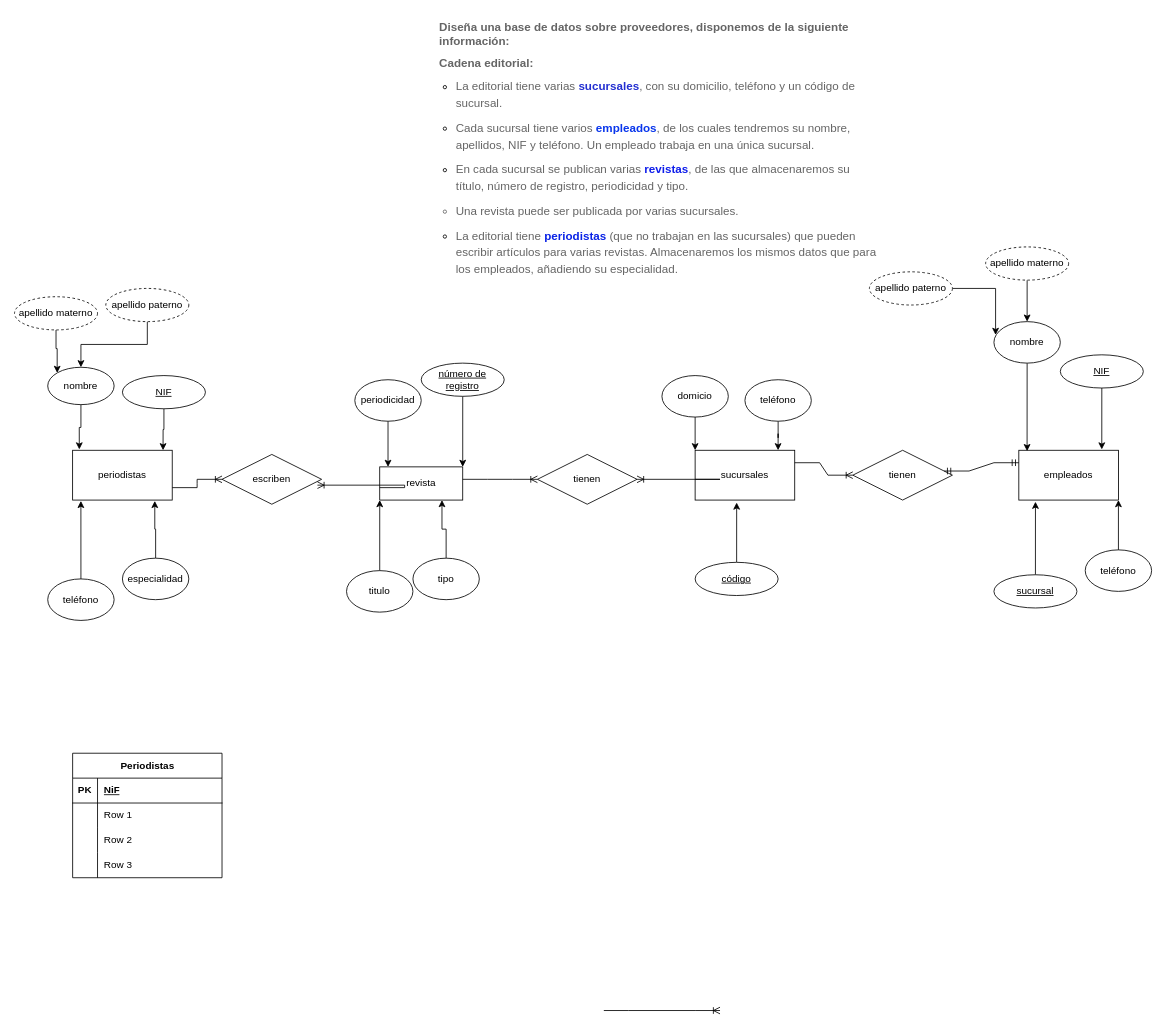
The draw.io diagram Diagrama sin título.drawio in SandraGael/prueba, before the edit. Source tidied: cells renumbered, new cells numbered last; positions are measured from the earlier drawing's top-left corner, leaving out a move shared by most shapes. Both pictures are drawn from the tidied source at 83%, with x=0, y=0 at pixel (14, 14).
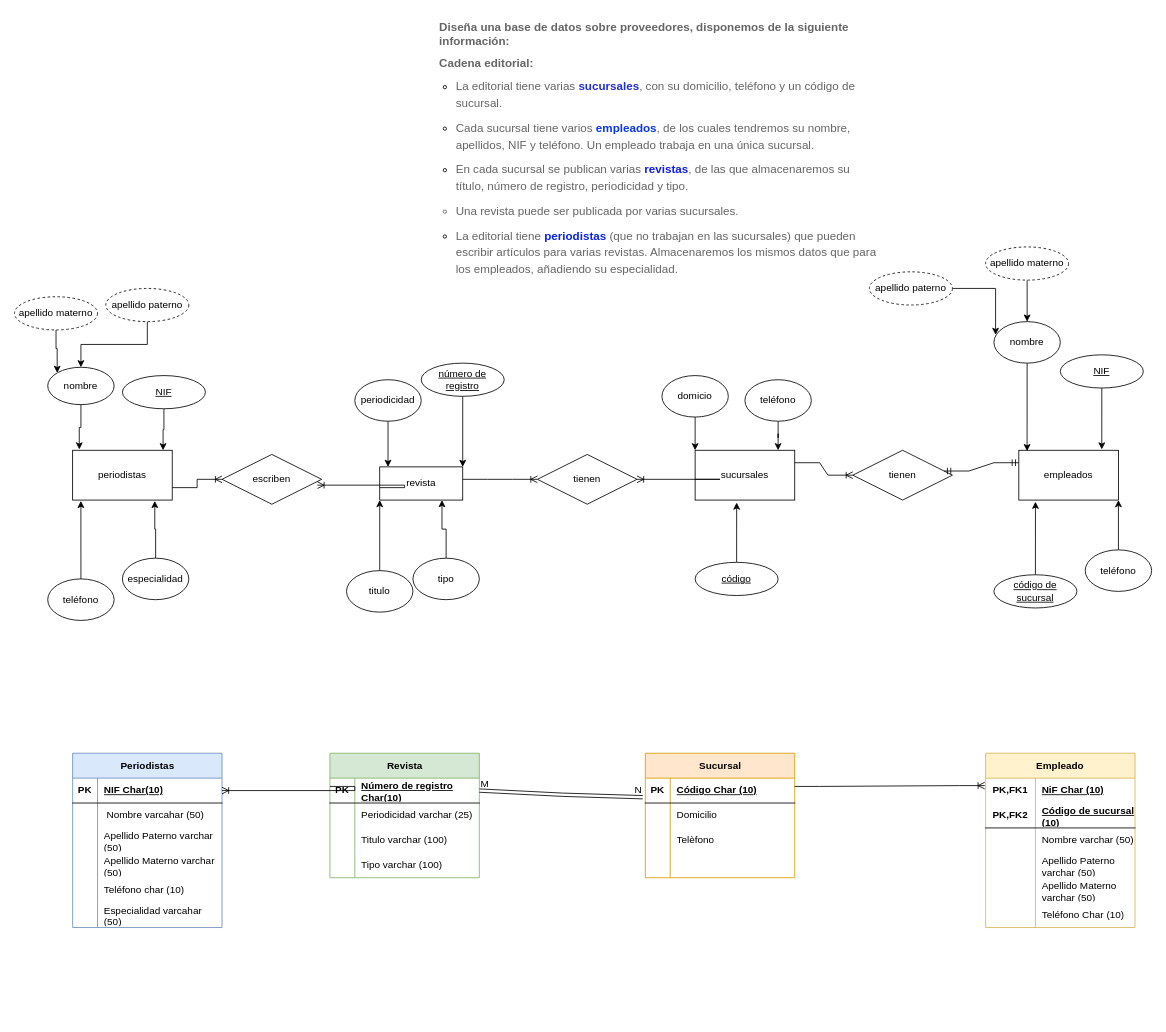
The same diagram, later.

The change refers to these unchanged cells:
```xml
<mxCell id="56" style="shape=tableRow;horizontal=0;startSize=0;swimlaneHead=0;swimlaneBody=0;fillColor=none;points=[[0,0.5],[1,0.5]];portConstraint=eastwest;top=0;left=0;right=0;bottom=1;" parent="55" vertex="1">
  <mxGeometry y="30" width="180" height="30" as="geometry" />
</mxCell>
<mxCell id="59" style="shape=tableRow;horizontal=0;startSize=0;swimlaneHead=0;swimlaneBody=0;fillColor=none;top=0;left=0;right=0;bottom=0;" parent="55" vertex="1">
  <mxGeometry y="60" width="180" height="30" as="geometry" />
</mxCell>
<mxCell id="62" style="shape=tableRow;horizontal=0;startSize=0;swimlaneHead=0;swimlaneBody=0;fillColor=none;top=0;left=0;right=0;bottom=0;" parent="55" vertex="1">
  <mxGeometry y="90" width="180" height="30" as="geometry" />
</mxCell>
<mxCell id="65" style="shape=tableRow;horizontal=0;startSize=0;swimlaneHead=0;swimlaneBody=0;fillColor=none;top=0;left=0;right=0;bottom=0;" parent="55" vertex="1">
  <mxGeometry y="120" width="180" height="30" as="geometry" />
</mxCell>
```

The edit, as a diff of the source:
```diff
@@
-    <mxCell id="34" value="sucursal" style="ellipse;whiteSpace=wrap;html=1;align=center;fontStyle=4;" parent="1" vertex="1">
+    <mxCell id="34" value="código de sucursal" style="ellipse;whiteSpace=wrap;html=1;align=center;fontStyle=4;" parent="1" vertex="1">
       <mxGeometry x="1180" y="675" width="100" height="40" as="geometry" />
     </mxCell>
@@
-    <mxCell id="44" style="edgeStyle=entityRelationEdgeStyle;fontSize=12;html=1;endArrow=ERoneToMany;rounded=0;" parent="1" edge="1">
-      <mxGeometry relative="1" as="geometry">
-        <mxPoint x="710" y="1200" as="sourcePoint" />
-        <mxPoint x="850" y="1200" as="targetPoint" />
-      </mxGeometry>
-    </mxCell>
@@
-    <mxCell id="55" value="Periodistas" style="shape=table;startSize=30;childLayout=tableLayout;rowLines=0;fontStyle=1;align=center;html=1;" parent="1" vertex="1">
-      <mxGeometry x="70" y="890" width="180" height="150" as="geometry" />
+    <mxCell id="55" value="Periodistas" style="shape=table;startSize=30;childLayout=tableLayout;rowLines=0;fontStyle=1;align=center;html=1;fillColor=#dae8fc;strokeColor=#6c8ebf;" parent="1" vertex="1">
+      <mxGeometry x="70" y="890" width="180" height="210" as="geometry" />
     </mxCell>
@@
-    <mxCell id="58" value="NiF" style="shape=partialRectangle;fillColor=none;top=0;left=0;bottom=0;right=0;align=left;spacingLeft=6;fontStyle=5;overflow=hidden;whiteSpace=wrap;html=1;" parent="56" vertex="1">
+    <mxCell id="58" value="NIF Char(10)" style="shape=partialRectangle;fillColor=none;top=0;left=0;bottom=0;right=0;align=left;spacingLeft=6;fontStyle=5;overflow=hidden;whiteSpace=wrap;html=1;" parent="56" vertex="1">
       <mxGeometry x="30" width="150" height="30" as="geometry" />
     </mxCell>
@@
-    <mxCell id="61" value="Row 1" style="shape=partialRectangle;fillColor=none;top=0;left=0;bottom=0;right=0;align=left;spacingLeft=6;overflow=hidden;whiteSpace=wrap;html=1;" parent="59" vertex="1">
+    <mxCell id="61" value="&amp;nbsp;Nombre varcahar (50)" style="shape=partialRectangle;fillColor=none;top=0;left=0;bottom=0;right=0;align=left;spacingLeft=6;overflow=hidden;whiteSpace=wrap;html=1;" parent="59" vertex="1">
       <mxGeometry x="30" width="150" height="30" as="geometry" />
     </mxCell>
@@
-    <mxCell id="64" value="Row 2" style="shape=partialRectangle;fillColor=none;top=0;left=0;bottom=0;right=0;align=left;spacingLeft=6;overflow=hidden;whiteSpace=wrap;html=1;" parent="62" vertex="1">
+    <mxCell id="64" value="Apellido Paterno varchar (50)" style="shape=partialRectangle;fillColor=none;top=0;left=0;bottom=0;right=0;align=left;spacingLeft=6;overflow=hidden;whiteSpace=wrap;html=1;" parent="62" vertex="1">
       <mxGeometry x="30" width="150" height="30" as="geometry" />
     </mxCell>
@@
-    <mxCell id="67" value="Row 3" style="shape=partialRectangle;fillColor=none;top=0;left=0;bottom=0;right=0;align=left;spacingLeft=6;overflow=hidden;whiteSpace=wrap;html=1;" parent="65" vertex="1">
+    <mxCell id="67" value="Apellido Materno varchar (50)" style="shape=partialRectangle;fillColor=none;top=0;left=0;bottom=0;right=0;align=left;spacingLeft=6;overflow=hidden;whiteSpace=wrap;html=1;" parent="65" vertex="1">
       <mxGeometry x="30" width="150" height="30" as="geometry" />
     </mxCell>
+    <mxCell id="68" style="shape=tableRow;horizontal=0;startSize=0;swimlaneHead=0;swimlaneBody=0;fillColor=none;top=0;left=0;right=0;bottom=0;" parent="55" vertex="1">
+      <mxGeometry y="150" width="180" height="30" as="geometry" />
+    </mxCell>
+    <mxCell id="69" style="shape=partialRectangle;fillColor=none;top=0;left=0;bottom=0;right=0;overflow=hidden;whiteSpace=wrap;html=1;" parent="68" vertex="1">
+      <mxGeometry width="30" height="30" as="geometry" />
+    </mxCell>
+    <mxCell id="70" value="Teléfono char (10)" style="shape=partialRectangle;fillColor=none;top=0;left=0;bottom=0;right=0;align=left;spacingLeft=6;overflow=hidden;whiteSpace=wrap;html=1;" parent="68" vertex="1">
+      <mxGeometry x="30" width="150" height="30" as="geometry" />
+    </mxCell>
+    <mxCell id="71" style="shape=tableRow;horizontal=0;startSize=0;swimlaneHead=0;swimlaneBody=0;fillColor=none;top=0;left=0;right=0;bottom=0;" parent="55" vertex="1">
+      <mxGeometry y="180" width="180" height="30" as="geometry" />
+    </mxCell>
+    <mxCell id="72" style="shape=partialRectangle;fillColor=none;top=0;left=0;bottom=0;right=0;overflow=hidden;whiteSpace=wrap;html=1;" parent="71" vertex="1">
+      <mxGeometry width="30" height="30" as="geometry" />
+    </mxCell>
+    <mxCell id="73" value="Especialidad varcahar (50)" style="shape=partialRectangle;fillColor=none;top=0;left=0;bottom=0;right=0;align=left;spacingLeft=6;overflow=hidden;whiteSpace=wrap;html=1;" parent="71" vertex="1">
+      <mxGeometry x="30" width="150" height="30" as="geometry" />
+    </mxCell>
+    <mxCell id="74" value="Revista" style="shape=table;startSize=30;childLayout=tableLayout;rowLines=0;fontStyle=1;align=center;html=1;fillColor=#d5e8d4;strokeColor=#82b366;" parent="1" vertex="1">
+      <mxGeometry x="380" y="890" width="180" height="150" as="geometry" />
+    </mxCell>
+    <mxCell id="75" style="shape=tableRow;horizontal=0;startSize=0;swimlaneHead=0;swimlaneBody=0;fillColor=none;points=[[0,0.5],[1,0.5]];portConstraint=eastwest;top=0;left=0;right=0;bottom=1;" parent="74" vertex="1">
+      <mxGeometry y="30" width="180" height="30" as="geometry" />
+    </mxCell>
+    <mxCell id="76" value="PK" style="shape=partialRectangle;fillColor=none;top=0;left=0;bottom=0;right=0;fontStyle=1;overflow=hidden;whiteSpace=wrap;html=1;" parent="75" vertex="1">
+      <mxGeometry width="30" height="30" as="geometry" />
+    </mxCell>
+    <mxCell id="77" value="Número de registro Char(10)" style="shape=partialRectangle;fillColor=none;top=0;left=0;bottom=0;right=0;align=left;spacingLeft=6;fontStyle=5;overflow=hidden;whiteSpace=wrap;html=1;" parent="75" vertex="1">
+      <mxGeometry x="30" width="150" height="30" as="geometry" />
+    </mxCell>
+    <mxCell id="78" style="shape=tableRow;horizontal=0;startSize=0;swimlaneHead=0;swimlaneBody=0;fillColor=none;top=0;left=0;right=0;bottom=0;" parent="74" vertex="1">
+      <mxGeometry y="60" width="180" height="30" as="geometry" />
+    </mxCell>
+    <mxCell id="79" style="shape=partialRectangle;fillColor=none;top=0;left=0;bottom=0;right=0;overflow=hidden;whiteSpace=wrap;html=1;" parent="78" vertex="1">
+      <mxGeometry width="30" height="30" as="geometry" />
+    </mxCell>
+    <mxCell id="80" value="Periodicidad varchar (25)" style="shape=partialRectangle;fillColor=none;top=0;left=0;bottom=0;right=0;align=left;spacingLeft=6;overflow=hidden;whiteSpace=wrap;html=1;" parent="78" vertex="1">
+      <mxGeometry x="30" width="150" height="30" as="geometry" />
+    </mxCell>
+    <mxCell id="81" style="shape=tableRow;horizontal=0;startSize=0;swimlaneHead=0;swimlaneBody=0;fillColor=none;top=0;left=0;right=0;bottom=0;" parent="74" vertex="1">
+      <mxGeometry y="90" width="180" height="30" as="geometry" />
+    </mxCell>
+    <mxCell id="82" style="shape=partialRectangle;fillColor=none;top=0;left=0;bottom=0;right=0;overflow=hidden;whiteSpace=wrap;html=1;" parent="81" vertex="1">
+      <mxGeometry width="30" height="30" as="geometry" />
+    </mxCell>
+    <mxCell id="83" value="Titulo varchar (100)" style="shape=partialRectangle;fillColor=none;top=0;left=0;bottom=0;right=0;align=left;spacingLeft=6;overflow=hidden;whiteSpace=wrap;html=1;" parent="81" vertex="1">
+      <mxGeometry x="30" width="150" height="30" as="geometry" />
+    </mxCell>
+    <mxCell id="84" style="shape=tableRow;horizontal=0;startSize=0;swimlaneHead=0;swimlaneBody=0;fillColor=none;top=0;left=0;right=0;bottom=0;" parent="74" vertex="1">
+      <mxGeometry y="120" width="180" height="30" as="geometry" />
+    </mxCell>
+    <mxCell id="85" style="shape=partialRectangle;fillColor=none;top=0;left=0;bottom=0;right=0;overflow=hidden;whiteSpace=wrap;html=1;" parent="84" vertex="1">
+      <mxGeometry width="30" height="30" as="geometry" />
+    </mxCell>
+    <mxCell id="86" value="Tipo varchar (100)" style="shape=partialRectangle;fillColor=none;top=0;left=0;bottom=0;right=0;align=left;spacingLeft=6;overflow=hidden;whiteSpace=wrap;html=1;" parent="84" vertex="1">
+      <mxGeometry x="30" width="150" height="30" as="geometry" />
+    </mxCell>
+    <mxCell id="87" value="Sucursal" style="shape=table;startSize=30;childLayout=tableLayout;rowLines=0;fontStyle=1;align=center;html=1;fillColor=#ffe6cc;strokeColor=#d79b00;" parent="1" vertex="1">
+      <mxGeometry x="760" y="890" width="180" height="150" as="geometry" />
+    </mxCell>
+    <mxCell id="88" style="shape=tableRow;horizontal=0;startSize=0;swimlaneHead=0;swimlaneBody=0;fillColor=none;points=[[0,0.5],[1,0.5]];portConstraint=eastwest;top=0;left=0;right=0;bottom=1;" parent="87" vertex="1">
+      <mxGeometry y="30" width="180" height="30" as="geometry" />
+    </mxCell>
+    <mxCell id="89" value="PK" style="shape=partialRectangle;fillColor=none;top=0;left=0;bottom=0;right=0;fontStyle=1;overflow=hidden;whiteSpace=wrap;html=1;" parent="88" vertex="1">
+      <mxGeometry width="30" height="30" as="geometry" />
+    </mxCell>
+    <mxCell id="90" value="Código Char (10)" style="shape=partialRectangle;fillColor=none;top=0;left=0;bottom=0;right=0;align=left;spacingLeft=6;fontStyle=5;overflow=hidden;whiteSpace=wrap;html=1;" parent="88" vertex="1">
+      <mxGeometry x="30" width="150" height="30" as="geometry" />
+    </mxCell>
+    <mxCell id="91" style="shape=tableRow;horizontal=0;startSize=0;swimlaneHead=0;swimlaneBody=0;fillColor=none;top=0;left=0;right=0;bottom=0;" parent="87" vertex="1">
+      <mxGeometry y="60" width="180" height="30" as="geometry" />
+    </mxCell>
+    <mxCell id="92" style="shape=partialRectangle;fillColor=none;top=0;left=0;bottom=0;right=0;overflow=hidden;whiteSpace=wrap;html=1;" parent="91" vertex="1">
+      <mxGeometry width="30" height="30" as="geometry" />
+    </mxCell>
+    <mxCell id="93" value="Domicilio" style="shape=partialRectangle;fillColor=none;top=0;left=0;bottom=0;right=0;align=left;spacingLeft=6;overflow=hidden;whiteSpace=wrap;html=1;" parent="91" vertex="1">
+      <mxGeometry x="30" width="150" height="30" as="geometry" />
+    </mxCell>
+    <mxCell id="94" style="shape=tableRow;horizontal=0;startSize=0;swimlaneHead=0;swimlaneBody=0;fillColor=none;top=0;left=0;right=0;bottom=0;" parent="87" vertex="1">
+      <mxGeometry y="90" width="180" height="30" as="geometry" />
+    </mxCell>
+    <mxCell id="95" style="shape=partialRectangle;fillColor=none;top=0;left=0;bottom=0;right=0;overflow=hidden;whiteSpace=wrap;html=1;" parent="94" vertex="1">
+      <mxGeometry width="30" height="30" as="geometry" />
+    </mxCell>
+    <mxCell id="96" value="Telèfono" style="shape=partialRectangle;fillColor=none;top=0;left=0;bottom=0;right=0;align=left;spacingLeft=6;overflow=hidden;whiteSpace=wrap;html=1;" parent="94" vertex="1">
+      <mxGeometry x="30" width="150" height="30" as="geometry" />
+    </mxCell>
+    <mxCell id="97" style="shape=tableRow;horizontal=0;startSize=0;swimlaneHead=0;swimlaneBody=0;fillColor=none;top=0;left=0;right=0;bottom=0;" parent="87" vertex="1">
+      <mxGeometry y="120" width="180" height="30" as="geometry" />
+    </mxCell>
+    <mxCell id="98" style="shape=partialRectangle;fillColor=none;top=0;left=0;bottom=0;right=0;overflow=hidden;whiteSpace=wrap;html=1;" parent="97" vertex="1">
+      <mxGeometry width="30" height="30" as="geometry" />
+    </mxCell>
+    <mxCell id="99" style="shape=partialRectangle;fillColor=none;top=0;left=0;bottom=0;right=0;align=left;spacingLeft=6;overflow=hidden;whiteSpace=wrap;html=1;" parent="97" vertex="1">
+      <mxGeometry x="30" width="150" height="30" as="geometry" />
+    </mxCell>
+    <mxCell id="100" value="Empleado" style="shape=table;startSize=30;childLayout=tableLayout;rowLines=0;fontStyle=1;align=center;html=1;whiteSpace=wrap;fillColor=#fff2cc;strokeColor=#d6b656;" parent="1" vertex="1">
+      <mxGeometry x="1170" y="890" width="180" height="210" as="geometry" />
+    </mxCell>
+    <mxCell id="101" style="shape=tableRow;horizontal=0;startSize=0;swimlaneHead=0;swimlaneBody=0;fillColor=none;points=[[0,0.5],[1,0.5]];portConstraint=eastwest;top=0;left=0;right=0;bottom=0;html=1;" parent="100" vertex="1">
+      <mxGeometry y="30" width="180" height="30" as="geometry" />
+    </mxCell>
+    <mxCell id="102" value="PK,FK1" style="shape=partialRectangle;fillColor=none;top=0;left=0;bottom=0;right=0;fontStyle=1;overflow=hidden;html=1;whiteSpace=wrap;" parent="101" vertex="1">
+      <mxGeometry width="60" height="30" as="geometry" />
+    </mxCell>
+    <mxCell id="103" value="NiF Char (10)" style="shape=partialRectangle;fillColor=none;top=0;left=0;bottom=0;right=0;align=left;spacingLeft=6;fontStyle=5;overflow=hidden;html=1;whiteSpace=wrap;" parent="101" vertex="1">
+      <mxGeometry x="60" width="120" height="30" as="geometry" />
+    </mxCell>
+    <mxCell id="104" style="shape=tableRow;horizontal=0;startSize=0;swimlaneHead=0;swimlaneBody=0;fillColor=none;top=0;left=0;right=0;bottom=1;html=1;" parent="100" vertex="1">
+      <mxGeometry y="60" width="180" height="30" as="geometry" />
+    </mxCell>
+    <mxCell id="105" value="PK,FK2" style="shape=partialRectangle;fillColor=none;top=0;left=0;bottom=0;right=0;fontStyle=1;overflow=hidden;html=1;whiteSpace=wrap;" parent="104" vertex="1">
+      <mxGeometry width="60" height="30" as="geometry" />
+    </mxCell>
+    <mxCell id="106" value="Código de sucursal (10)" style="shape=partialRectangle;fillColor=none;top=0;left=0;bottom=0;right=0;align=left;spacingLeft=6;fontStyle=5;overflow=hidden;html=1;whiteSpace=wrap;" parent="104" vertex="1">
+      <mxGeometry x="60" width="120" height="30" as="geometry" />
+    </mxCell>
+    <mxCell id="107" style="shape=tableRow;horizontal=0;startSize=0;swimlaneHead=0;swimlaneBody=0;fillColor=none;top=0;left=0;right=0;bottom=0;html=1;" parent="100" vertex="1">
+      <mxGeometry y="90" width="180" height="30" as="geometry" />
+    </mxCell>
+    <mxCell id="108" style="shape=partialRectangle;fillColor=none;top=0;left=0;bottom=0;right=0;overflow=hidden;html=1;whiteSpace=wrap;" parent="107" vertex="1">
+      <mxGeometry width="60" height="30" as="geometry" />
+    </mxCell>
+    <mxCell id="109" value="Nombre varchar (50)" style="shape=partialRectangle;fillColor=none;top=0;left=0;bottom=0;right=0;align=left;spacingLeft=6;overflow=hidden;html=1;whiteSpace=wrap;" parent="107" vertex="1">
+      <mxGeometry x="60" width="120" height="30" as="geometry" />
+    </mxCell>
+    <mxCell id="110" style="shape=tableRow;horizontal=0;startSize=0;swimlaneHead=0;swimlaneBody=0;fillColor=none;top=0;left=0;right=0;bottom=0;html=1;" parent="100" vertex="1">
+      <mxGeometry y="120" width="180" height="30" as="geometry" />
+    </mxCell>
+    <mxCell id="111" style="shape=partialRectangle;fillColor=none;top=0;left=0;bottom=0;right=0;overflow=hidden;html=1;whiteSpace=wrap;" parent="110" vertex="1">
+      <mxGeometry width="60" height="30" as="geometry" />
+    </mxCell>
+    <mxCell id="112" value="Apellido Paterno varchar (50)" style="shape=partialRectangle;fillColor=none;top=0;left=0;bottom=0;right=0;align=left;spacingLeft=6;overflow=hidden;html=1;whiteSpace=wrap;" parent="110" vertex="1">
+      <mxGeometry x="60" width="120" height="30" as="geometry" />
+    </mxCell>
+    <mxCell id="113" style="shape=tableRow;horizontal=0;startSize=0;swimlaneHead=0;swimlaneBody=0;fillColor=none;top=0;left=0;right=0;bottom=0;html=1;" parent="100" vertex="1">
+      <mxGeometry y="150" width="180" height="30" as="geometry" />
+    </mxCell>
+    <mxCell id="114" style="shape=partialRectangle;fillColor=none;top=0;left=0;bottom=0;right=0;overflow=hidden;html=1;whiteSpace=wrap;" parent="113" vertex="1">
+      <mxGeometry width="60" height="30" as="geometry" />
+    </mxCell>
+    <mxCell id="115" value="Apellido Materno varchar (50)" style="shape=partialRectangle;fillColor=none;top=0;left=0;bottom=0;right=0;align=left;spacingLeft=6;overflow=hidden;html=1;whiteSpace=wrap;" parent="113" vertex="1">
+      <mxGeometry x="60" width="120" height="30" as="geometry" />
+    </mxCell>
+    <mxCell id="116" style="shape=tableRow;horizontal=0;startSize=0;swimlaneHead=0;swimlaneBody=0;fillColor=none;top=0;left=0;right=0;bottom=0;html=1;" parent="100" vertex="1">
+      <mxGeometry y="180" width="180" height="30" as="geometry" />
+    </mxCell>
+    <mxCell id="117" style="shape=partialRectangle;fillColor=none;top=0;left=0;bottom=0;right=0;overflow=hidden;html=1;whiteSpace=wrap;" parent="116" vertex="1">
+      <mxGeometry width="60" height="30" as="geometry" />
+    </mxCell>
+    <mxCell id="118" value="Teléfono Char (10)" style="shape=partialRectangle;fillColor=none;top=0;left=0;bottom=0;right=0;align=left;spacingLeft=6;overflow=hidden;html=1;whiteSpace=wrap;" parent="116" vertex="1">
+      <mxGeometry x="60" width="120" height="30" as="geometry" />
+    </mxCell>
+    <mxCell id="119" style="edgeStyle=entityRelationEdgeStyle;fontSize=12;html=1;endArrow=ERoneToMany;rounded=0;entryX=1;entryY=0.5;entryDx=0;entryDy=0;" parent="1" edge="1" target="56">
+      <mxGeometry relative="1" as="geometry">
+        <mxPoint x="380" y="930" as="sourcePoint" />
+      </mxGeometry>
+    </mxCell>
+    <mxCell id="120" style="edgeStyle=entityRelationEdgeStyle;fontSize=12;html=1;endArrow=ERoneToMany;rounded=0;entryX=-0.006;entryY=0.3;entryDx=0;entryDy=0;entryPerimeter=0;" parent="1" edge="1" target="101">
+      <mxGeometry relative="1" as="geometry">
+        <mxPoint x="940" y="930" as="sourcePoint" />
+      </mxGeometry>
+    </mxCell>
+    <mxCell id="121" style="shape=link;html=1;rounded=0;entryX=-0.017;entryY=0.767;entryDx=0;entryDy=0;entryPerimeter=0;exitX=1;exitY=0.5;exitDx=0;exitDy=0;" parent="1" edge="1" source="75" target="88">
+      <mxGeometry relative="1" as="geometry">
+        <Array as="points">
+          <mxPoint x="660" y="940" />
+        </Array>
+      </mxGeometry>
+    </mxCell>
+    <mxCell id="122" value="M" style="html=1;whiteSpace=wrap;align=left;verticalAlign=bottom;" parent="121" vertex="1">
+      <mxGeometry x="-1" relative="1" as="geometry" />
+    </mxCell>
+    <mxCell id="123" value="N" style="html=1;whiteSpace=wrap;align=right;verticalAlign=bottom;" parent="121" vertex="1">
+      <mxGeometry x="1" relative="1" as="geometry" />
+    </mxCell>
```
